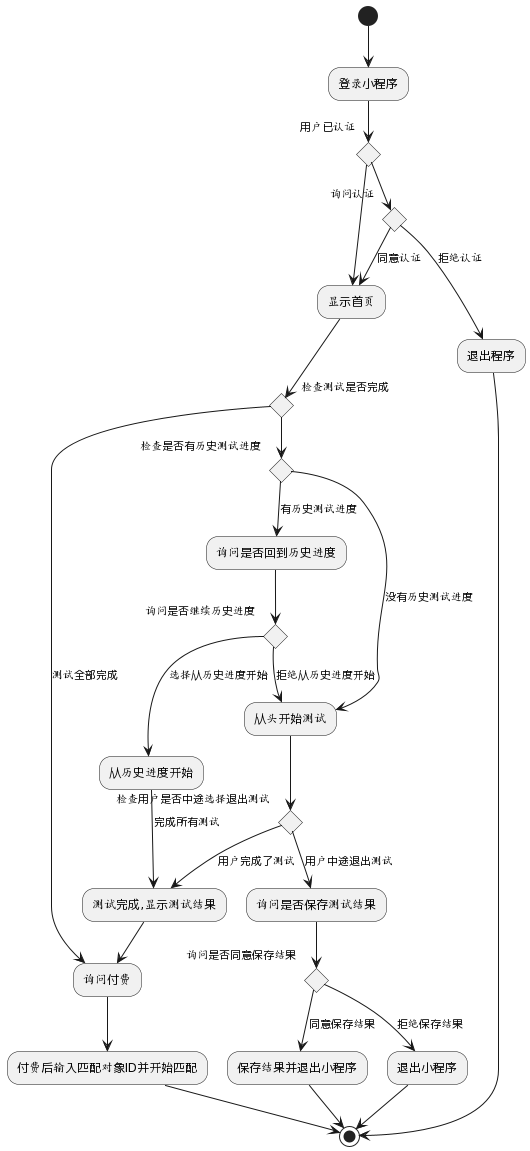
Before: Documentaries/逻辑图.png, a diagram exported from PlantUML (WeeJeek/MarriagePairing). Source of this version:
```plantuml
@startuml
skinparam sequenceMessageAlign right
(*) --> 登录小程序
if "用户已认证" then
  -->"显示首页"
else
  if "询问认证" then
    -->[同意认证] "显示首页"
    if 检查测试是否完成 then
       -->[测试全部完成] 询问付费
       -->付费后输入匹配对象ID并开始匹配
       --> (*)

    else
      if “检查是否有历史测试进度” then
        -->[有历史测试进度] “询问是否回到历史进度”
        if "询问是否继续历史进度" then
          -->[选择从历史进度开始] “从历史进度开始”
          -->[完成所有测试] "测试完成,显示测试结果"
        else
          -->[拒绝从历史进度开始] "从头开始测试"
        endif
      else
        -->[没有历史测试进度]“从头开始测试”
      endif
    endif
    if "检查用户是否中途选择退出测试" then
      -->[用户中途退出测试]询问是否保存测试结果
      if "询问是否同意保存结果" then
        -->[同意保存结果]"保存结果并退出小程序"
        -->(*)
      else
        -->[拒绝保存结果]"退出小程序"
        -->(*)
      endif
    else
      -->[用户完成了测试]"测试完成,显示测试结果"
      -->"询问付费"
    endif
  else
    -->[拒绝认证] "退出程序"
    -->(*)
  endif
endif
@enduml
```
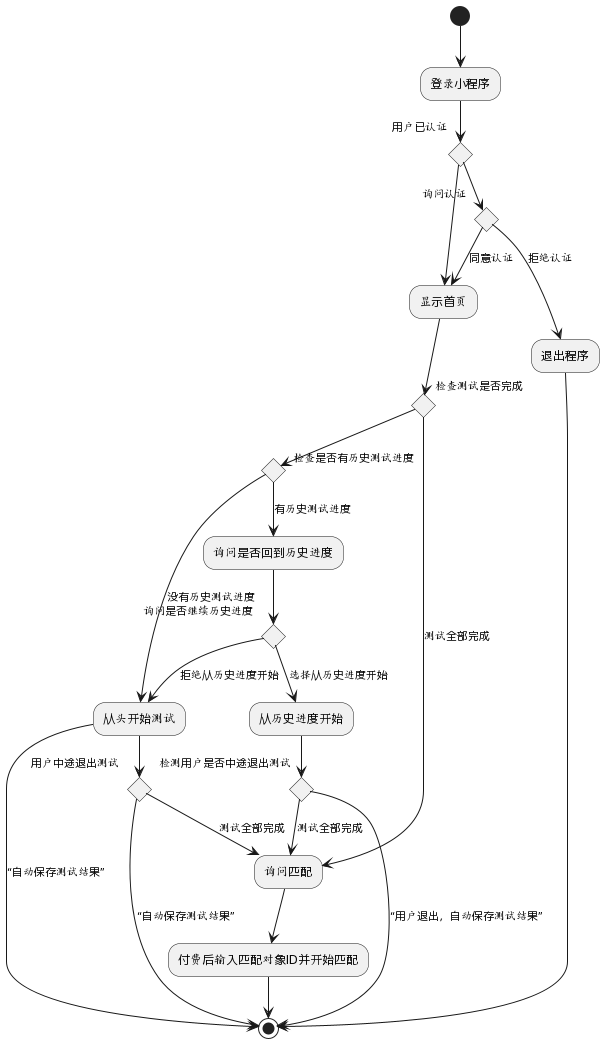
Later version of the same file.

What changed in the source:
```diff
@@ -7,36 +7,33 @@
   if "询问认证" then
     -->[同意认证] "显示首页"
     if 检查测试是否完成 then
-       -->[测试全部完成] 询问付费
+       -->[测试全部完成] 询问匹配
        -->付费后输入匹配对象ID并开始匹配
        --> (*)
-
     else
       if “检查是否有历史测试进度” then
         -->[有历史测试进度] “询问是否回到历史进度”
         if "询问是否继续历史进度" then
           -->[选择从历史进度开始] “从历史进度开始”
-          -->[完成所有测试] "测试完成,显示测试结果"
+          if "检测用户是否中途退出测试" then
+            -->[“用户退出，自动保存测试结果”](*)
+          else
+            -->[测试全部完成]询问匹配
+          endif
         else
           -->[拒绝从历史进度开始] "从头开始测试"
+          if "用户中途退出测试" then
+            -->[“自动保存测试结果”](*)
+          else
+            -->[测试全部完成]询问匹配
+          endif
         endif
       else
         -->[没有历史测试进度]“从头开始测试”
       endif
     endif
-    if "检查用户是否中途选择退出测试" then
-      -->[用户中途退出测试]询问是否保存测试结果
-      if "询问是否同意保存结果" then
-        -->[同意保存结果]"保存结果并退出小程序"
-        -->(*)
-      else
-        -->[拒绝保存结果]"退出小程序"
-        -->(*)
-      endif
-    else
-      -->[用户完成了测试]"测试完成,显示测试结果"
-      -->"询问付费"
-    endif
+    -->[“自动保存测试结果”](*)
+
   else
     -->[拒绝认证] "退出程序"
     -->(*)
```
